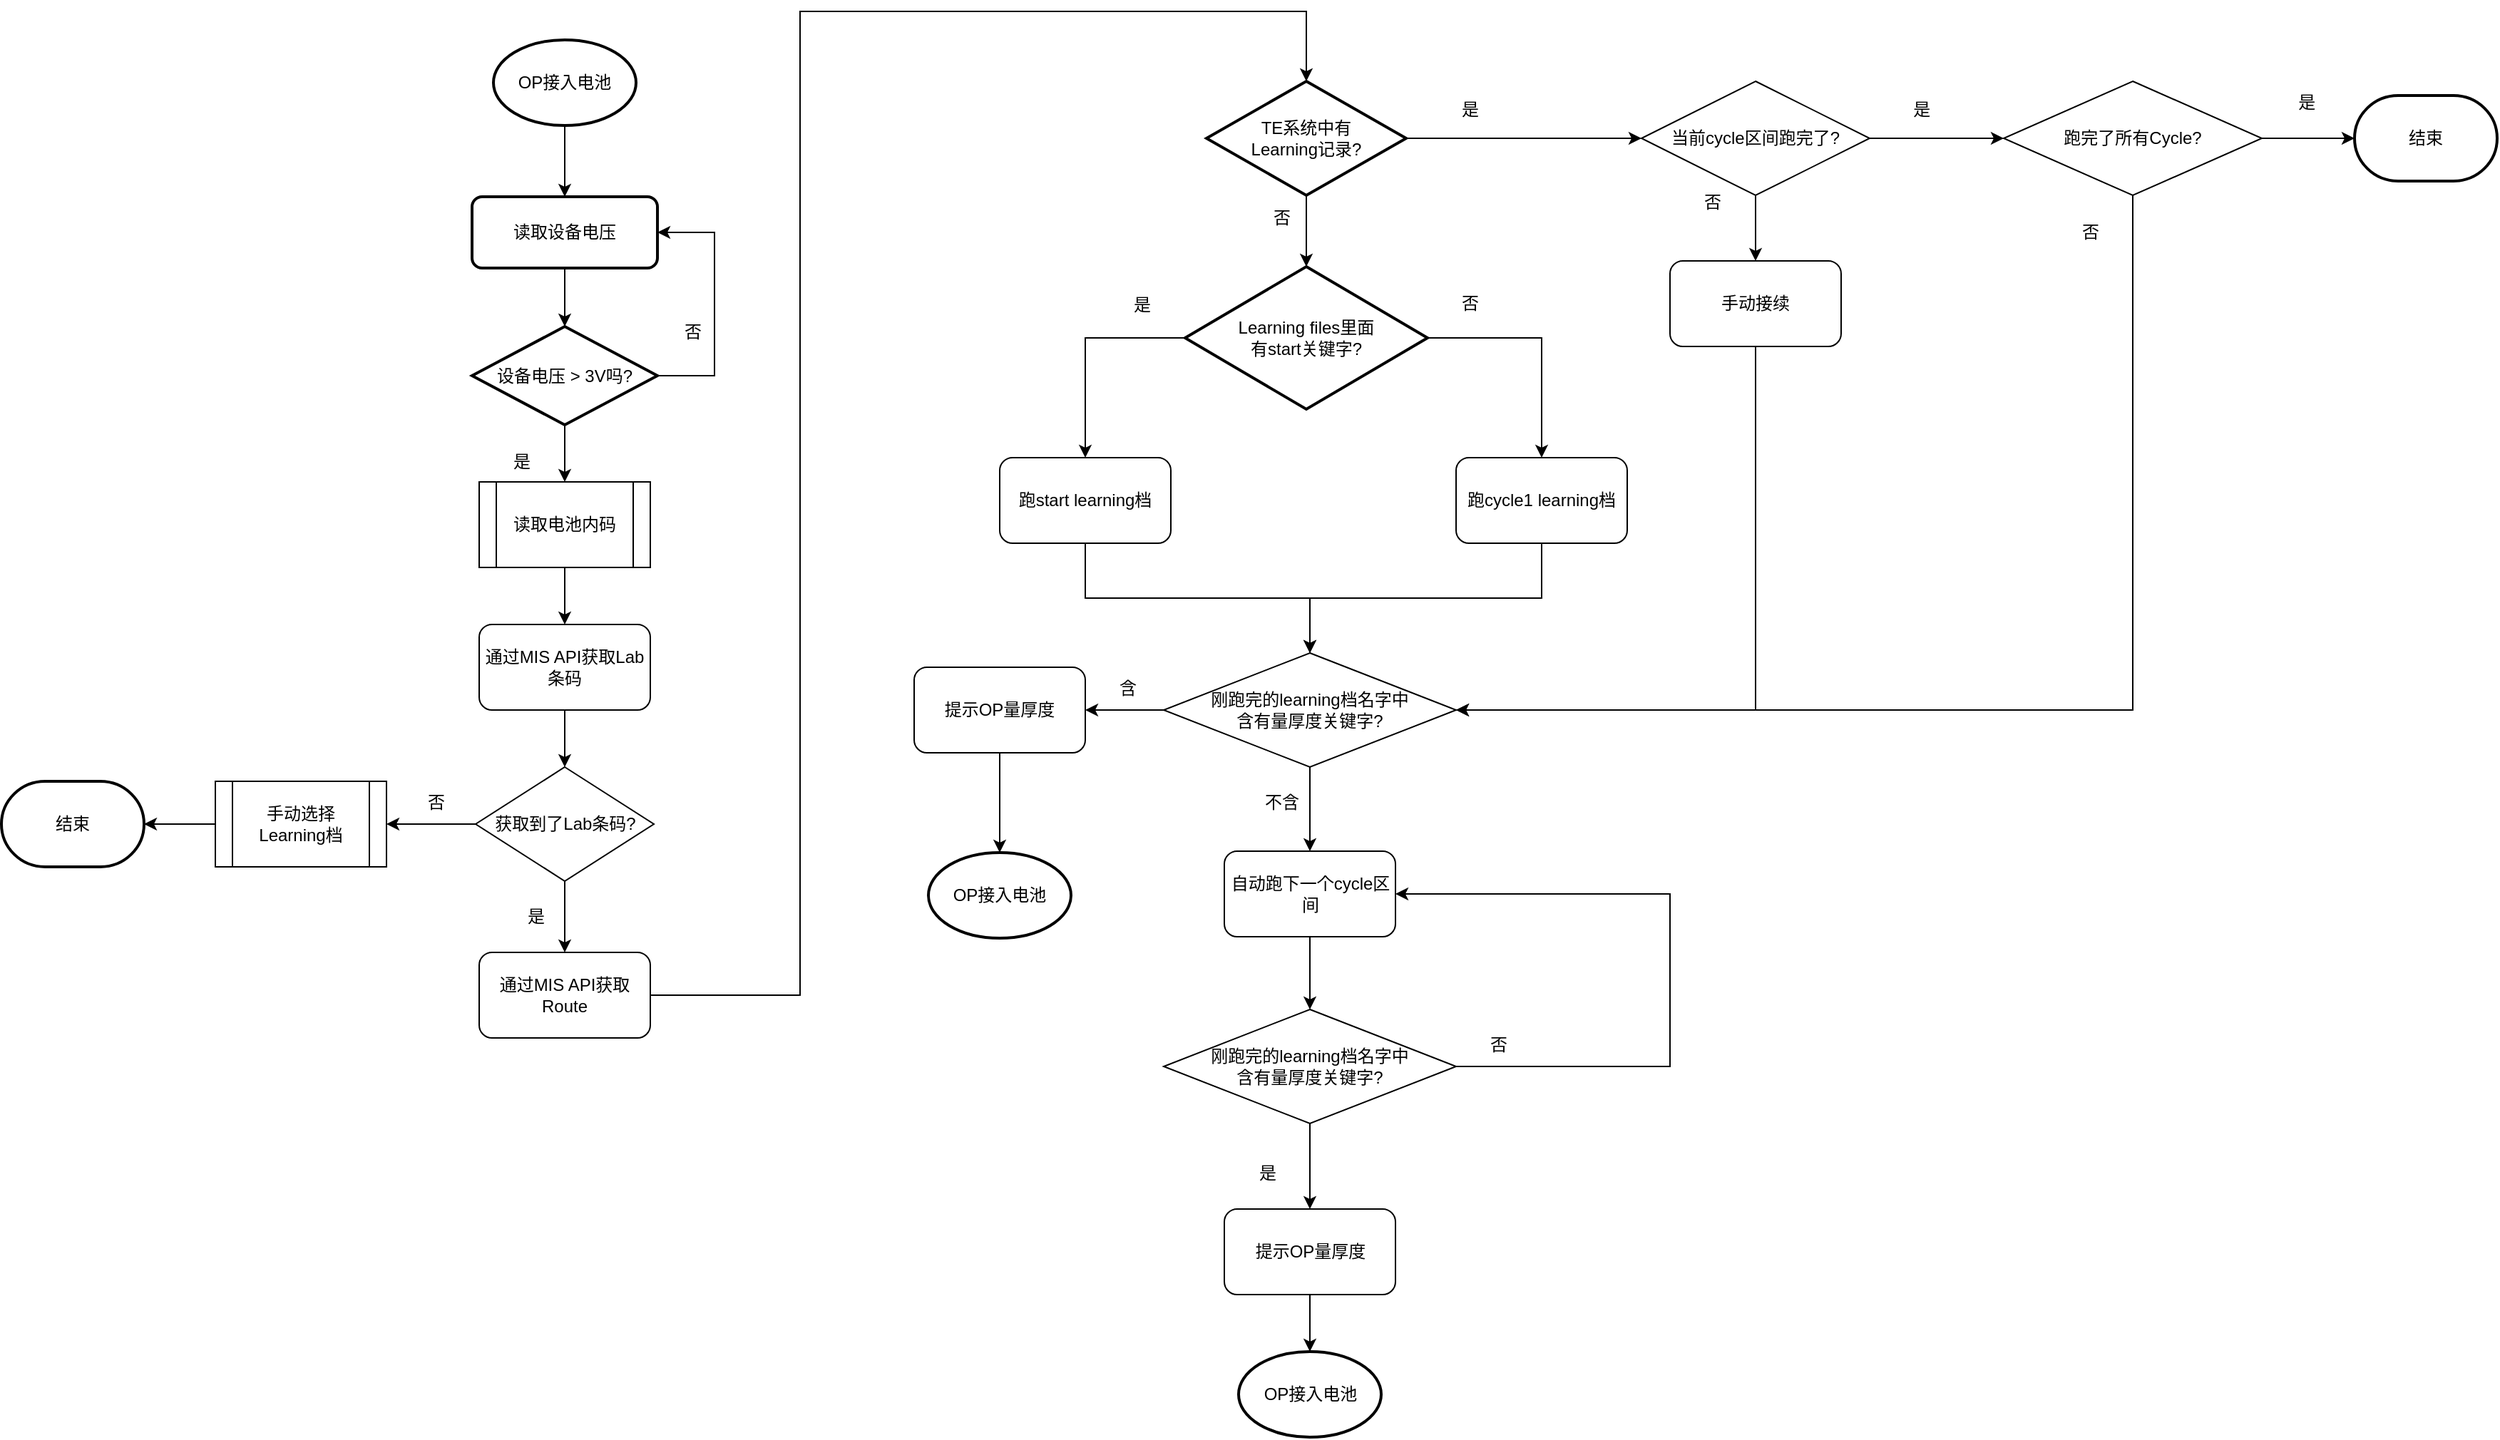
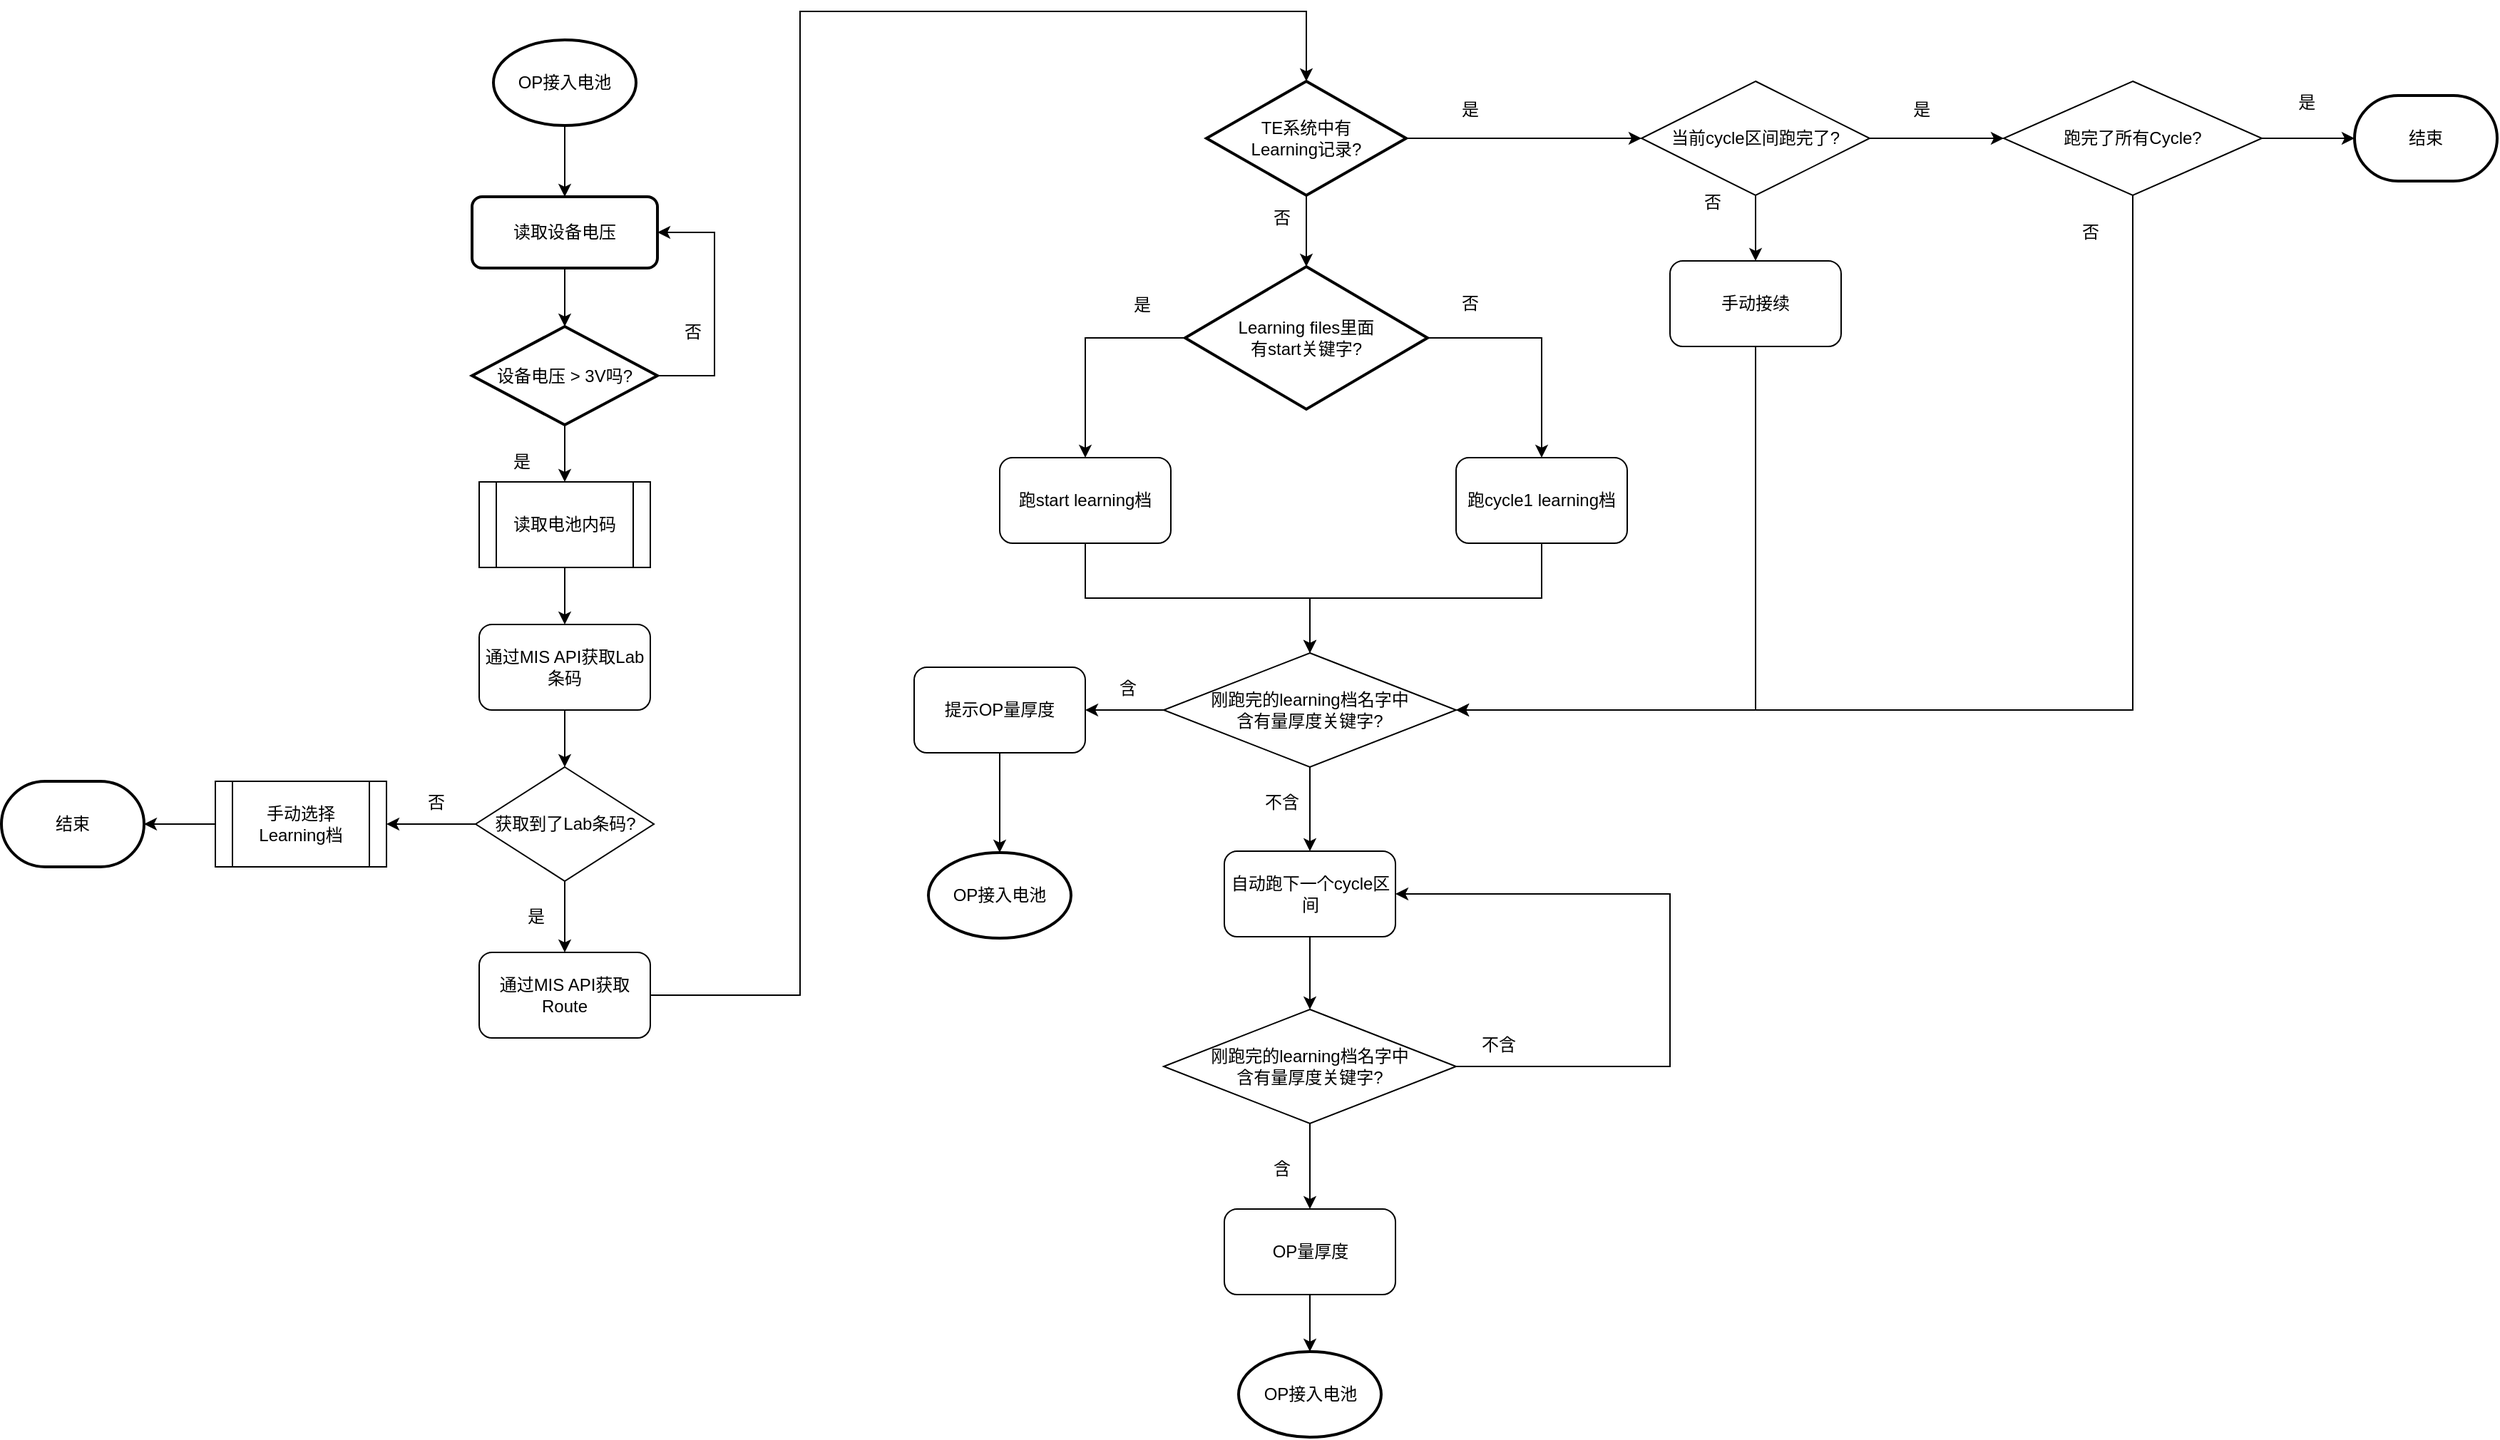
<mxfile host="app.diagrams.net">
  <diagram name="第 1 页" id="3HldnIOuQtLrwHUO-1mN">
    <mxGraphModel dx="1623" dy="813" grid="1" gridSize="10" guides="1" tooltips="1" connect="1" arrows="1" fold="1" page="1" pageScale="1" pageWidth="1169" pageHeight="827" background="#FFFFFF" math="0" shadow="0">
      <root>
        <mxCell id="0" />
        <mxCell id="1" parent="0" />
        <mxCell id="qRa3hty1LtdxE0hFs_0w-8" edge="1" parent="1" source="qRa3hty1LtdxE0hFs_0w-4" style="edgeStyle=orthogonalEdgeStyle;rounded=0;orthogonalLoop=1;jettySize=auto;html=1;" target="qRa3hty1LtdxE0hFs_0w-6" value="">
          <mxGeometry relative="1" as="geometry" />
        </mxCell>
        <mxCell id="qRa3hty1LtdxE0hFs_0w-4" parent="1" style="strokeWidth=2;html=1;shape=mxgraph.flowchart.start_1;whiteSpace=wrap;" value="OP接入电池" vertex="1">
          <mxGeometry height="60" width="100" x="385" y="50" as="geometry" />
        </mxCell>
        <mxCell id="qRa3hty1LtdxE0hFs_0w-9" edge="1" parent="1" source="qRa3hty1LtdxE0hFs_0w-6" style="edgeStyle=orthogonalEdgeStyle;rounded=0;orthogonalLoop=1;jettySize=auto;html=1;" target="qRa3hty1LtdxE0hFs_0w-7" value="">
          <mxGeometry relative="1" as="geometry" />
        </mxCell>
        <mxCell id="qRa3hty1LtdxE0hFs_0w-6" parent="1" style="rounded=1;whiteSpace=wrap;html=1;absoluteArcSize=1;arcSize=14;strokeWidth=2;" value="读取设备电压" vertex="1">
          <mxGeometry height="50" width="130" x="370" y="160" as="geometry" />
        </mxCell>
        <mxCell id="qRa3hty1LtdxE0hFs_0w-14" edge="1" parent="1" source="qRa3hty1LtdxE0hFs_0w-7" style="edgeStyle=orthogonalEdgeStyle;rounded=0;orthogonalLoop=1;jettySize=auto;html=1;" target="qRa3hty1LtdxE0hFs_0w-13" value="">
          <mxGeometry relative="1" as="geometry" />
        </mxCell>
        <mxCell id="qRa3hty1LtdxE0hFs_0w-25" edge="1" parent="1" source="qRa3hty1LtdxE0hFs_0w-7" style="edgeStyle=orthogonalEdgeStyle;rounded=0;orthogonalLoop=1;jettySize=auto;html=1;entryX=1;entryY=0.5;entryDx=0;entryDy=0;" target="qRa3hty1LtdxE0hFs_0w-6">
          <mxGeometry relative="1" as="geometry">
            <Array as="points">
              <mxPoint x="540" y="286" />
              <mxPoint x="540" y="185" />
            </Array>
            <mxPoint x="580" y="180" as="targetPoint" />
          </mxGeometry>
        </mxCell>
        <mxCell id="qRa3hty1LtdxE0hFs_0w-7" parent="1" style="strokeWidth=2;html=1;shape=mxgraph.flowchart.decision;whiteSpace=wrap;" value="设备电压 &amp;gt; 3V吗?" vertex="1">
          <mxGeometry height="69" width="130" x="370" y="251" as="geometry" />
        </mxCell>
        <mxCell id="qRa3hty1LtdxE0hFs_0w-11" parent="1" style="text;html=1;whiteSpace=wrap;strokeColor=none;fillColor=none;align=center;verticalAlign=middle;rounded=0;" value="&lt;div&gt;否&lt;/div&gt;" vertex="1">
          <mxGeometry height="30" width="60" x="495" y="240" as="geometry" />
        </mxCell>
        <mxCell id="qRa3hty1LtdxE0hFs_0w-12" parent="1" style="text;html=1;whiteSpace=wrap;strokeColor=none;fillColor=none;align=center;verticalAlign=middle;rounded=0;" value="&lt;div&gt;是&lt;/div&gt;" vertex="1">
          <mxGeometry height="30" width="60" x="375" y="331" as="geometry" />
        </mxCell>
        <mxCell id="qRa3hty1LtdxE0hFs_0w-16" edge="1" parent="1" source="qRa3hty1LtdxE0hFs_0w-13" style="edgeStyle=orthogonalEdgeStyle;rounded=0;orthogonalLoop=1;jettySize=auto;html=1;" target="qRa3hty1LtdxE0hFs_0w-15" value="">
          <mxGeometry relative="1" as="geometry" />
        </mxCell>
        <mxCell id="qRa3hty1LtdxE0hFs_0w-13" parent="1" style="shape=process;whiteSpace=wrap;html=1;backgroundOutline=1;" value="读取电池内码" vertex="1">
          <mxGeometry height="60" width="120" x="375" y="360" as="geometry" />
        </mxCell>
        <mxCell id="qRa3hty1LtdxE0hFs_0w-20" edge="1" parent="1" source="qRa3hty1LtdxE0hFs_0w-15" style="edgeStyle=orthogonalEdgeStyle;rounded=0;orthogonalLoop=1;jettySize=auto;html=1;" target="qRa3hty1LtdxE0hFs_0w-19" value="">
          <mxGeometry relative="1" as="geometry" />
        </mxCell>
        <mxCell id="qRa3hty1LtdxE0hFs_0w-15" parent="1" style="rounded=1;whiteSpace=wrap;html=1;" value="通过MIS API获取Lab条码" vertex="1">
          <mxGeometry height="60" width="120" x="375" y="460" as="geometry" />
        </mxCell>
        <mxCell id="qRa3hty1LtdxE0hFs_0w-31" edge="1" parent="1" source="qRa3hty1LtdxE0hFs_0w-17" style="edgeStyle=orthogonalEdgeStyle;rounded=0;orthogonalLoop=1;jettySize=auto;html=1;entryX=0.5;entryY=0;entryDx=0;entryDy=0;entryPerimeter=0;" target="qRa3hty1LtdxE0hFs_0w-30" value="">
          <mxGeometry relative="1" as="geometry">
            <Array as="points">
              <mxPoint x="600" y="720" />
              <mxPoint x="600" y="30" />
              <mxPoint x="955" y="30" />
            </Array>
          </mxGeometry>
        </mxCell>
        <mxCell id="qRa3hty1LtdxE0hFs_0w-17" parent="1" style="rounded=1;whiteSpace=wrap;html=1;" value="通过MIS API获取Route" vertex="1">
          <mxGeometry height="60" width="120" x="375" y="690" as="geometry" />
        </mxCell>
        <mxCell id="qRa3hty1LtdxE0hFs_0w-21" edge="1" parent="1" source="qRa3hty1LtdxE0hFs_0w-19" style="edgeStyle=orthogonalEdgeStyle;rounded=0;orthogonalLoop=1;jettySize=auto;html=1;" target="qRa3hty1LtdxE0hFs_0w-17" value="">
          <mxGeometry relative="1" as="geometry" />
        </mxCell>
        <mxCell id="qRa3hty1LtdxE0hFs_0w-27" edge="1" parent="1" source="qRa3hty1LtdxE0hFs_0w-19" style="edgeStyle=orthogonalEdgeStyle;rounded=0;orthogonalLoop=1;jettySize=auto;html=1;" target="qRa3hty1LtdxE0hFs_0w-26" value="">
          <mxGeometry relative="1" as="geometry" />
        </mxCell>
        <mxCell id="qRa3hty1LtdxE0hFs_0w-19" parent="1" style="rhombus;whiteSpace=wrap;html=1;" value="获取到了Lab条码?" vertex="1">
          <mxGeometry height="80" width="125" x="372.5" y="560" as="geometry" />
        </mxCell>
        <mxCell id="qRa3hty1LtdxE0hFs_0w-22" parent="1" style="text;html=1;whiteSpace=wrap;strokeColor=none;fillColor=none;align=center;verticalAlign=middle;rounded=0;" value="是" vertex="1">
          <mxGeometry height="30" width="60" x="385" y="650" as="geometry" />
        </mxCell>
        <mxCell id="qRa3hty1LtdxE0hFs_0w-29" edge="1" parent="1" source="qRa3hty1LtdxE0hFs_0w-26" style="edgeStyle=orthogonalEdgeStyle;rounded=0;orthogonalLoop=1;jettySize=auto;html=1;" target="qRa3hty1LtdxE0hFs_0w-28" value="">
          <mxGeometry relative="1" as="geometry" />
        </mxCell>
        <mxCell id="qRa3hty1LtdxE0hFs_0w-26" parent="1" style="shape=process;whiteSpace=wrap;html=1;backgroundOutline=1;" value="手动选择Learning档" vertex="1">
          <mxGeometry height="60" width="120" x="190" y="570" as="geometry" />
        </mxCell>
        <mxCell id="qRa3hty1LtdxE0hFs_0w-28" parent="1" style="strokeWidth=2;html=1;shape=mxgraph.flowchart.terminator;whiteSpace=wrap;" value="结束" vertex="1">
          <mxGeometry height="60" width="100" x="40" y="570" as="geometry" />
        </mxCell>
        <mxCell id="qRa3hty1LtdxE0hFs_0w-34" edge="1" parent="1" source="qRa3hty1LtdxE0hFs_0w-30" style="edgeStyle=orthogonalEdgeStyle;rounded=0;orthogonalLoop=1;jettySize=auto;html=1;" target="qRa3hty1LtdxE0hFs_0w-33" value="">
          <mxGeometry relative="1" as="geometry" />
        </mxCell>
        <mxCell id="qRa3hty1LtdxE0hFs_0w-38" edge="1" parent="1" source="qRa3hty1LtdxE0hFs_0w-30" style="edgeStyle=orthogonalEdgeStyle;rounded=0;orthogonalLoop=1;jettySize=auto;html=1;" target="qRa3hty1LtdxE0hFs_0w-37" value="">
          <mxGeometry relative="1" as="geometry" />
        </mxCell>
        <mxCell id="qRa3hty1LtdxE0hFs_0w-30" parent="1" style="strokeWidth=2;html=1;shape=mxgraph.flowchart.decision;whiteSpace=wrap;" value="&lt;div&gt;TE系统中有&lt;/div&gt;&lt;div&gt;Learning记录?&lt;/div&gt;" vertex="1">
          <mxGeometry height="80" width="140" x="885" y="79" as="geometry" />
        </mxCell>
        <mxCell id="qRa3hty1LtdxE0hFs_0w-45" edge="1" parent="1" source="qRa3hty1LtdxE0hFs_0w-33" style="edgeStyle=orthogonalEdgeStyle;rounded=0;orthogonalLoop=1;jettySize=auto;html=1;" target="qRa3hty1LtdxE0hFs_0w-44" value="">
          <mxGeometry relative="1" as="geometry" />
        </mxCell>
        <mxCell id="qRa3hty1LtdxE0hFs_0w-67" edge="1" parent="1" source="qRa3hty1LtdxE0hFs_0w-33" style="edgeStyle=orthogonalEdgeStyle;rounded=0;orthogonalLoop=1;jettySize=auto;html=1;entryX=0.5;entryY=0;entryDx=0;entryDy=0;exitX=1;exitY=0.5;exitDx=0;exitDy=0;exitPerimeter=0;" target="qRa3hty1LtdxE0hFs_0w-66">
          <mxGeometry relative="1" as="geometry" />
        </mxCell>
        <mxCell id="qRa3hty1LtdxE0hFs_0w-33" parent="1" style="strokeWidth=2;html=1;shape=mxgraph.flowchart.decision;whiteSpace=wrap;" value="&lt;div&gt;Learning files里面&lt;/div&gt;&lt;div&gt;有start关键字?&lt;/div&gt;" vertex="1">
          <mxGeometry height="100" width="170" x="870" y="209" as="geometry" />
        </mxCell>
        <mxCell id="qRa3hty1LtdxE0hFs_0w-35" parent="1" style="text;html=1;whiteSpace=wrap;strokeColor=none;fillColor=none;align=center;verticalAlign=middle;rounded=0;" value="否" vertex="1">
          <mxGeometry height="30" width="60" x="907.5" y="160" as="geometry" />
        </mxCell>
        <mxCell id="qRa3hty1LtdxE0hFs_0w-36" parent="1" style="text;html=1;whiteSpace=wrap;strokeColor=none;fillColor=none;align=center;verticalAlign=middle;rounded=0;" value="是" vertex="1">
          <mxGeometry height="30" width="60" x="1040" y="84" as="geometry" />
        </mxCell>
        <mxCell id="qRa3hty1LtdxE0hFs_0w-40" edge="1" parent="1" source="qRa3hty1LtdxE0hFs_0w-37" style="edgeStyle=orthogonalEdgeStyle;rounded=0;orthogonalLoop=1;jettySize=auto;html=1;" target="qRa3hty1LtdxE0hFs_0w-39" value="">
          <mxGeometry relative="1" as="geometry" />
        </mxCell>
        <mxCell id="qRa3hty1LtdxE0hFs_0w-65" edge="1" parent="1" source="qRa3hty1LtdxE0hFs_0w-37" style="edgeStyle=orthogonalEdgeStyle;rounded=0;orthogonalLoop=1;jettySize=auto;html=1;" target="qRa3hty1LtdxE0hFs_0w-59" value="">
          <mxGeometry relative="1" as="geometry" />
        </mxCell>
        <mxCell id="qRa3hty1LtdxE0hFs_0w-37" parent="1" style="rhombus;whiteSpace=wrap;html=1;" value="当前cycle区间跑完了?" vertex="1">
          <mxGeometry height="80" width="160" x="1190" y="79" as="geometry" />
        </mxCell>
        <mxCell id="qRa3hty1LtdxE0hFs_0w-74" edge="1" parent="1" source="qRa3hty1LtdxE0hFs_0w-39" style="edgeStyle=orthogonalEdgeStyle;rounded=0;orthogonalLoop=1;jettySize=auto;html=1;entryX=1;entryY=0.5;entryDx=0;entryDy=0;exitX=0.5;exitY=1;exitDx=0;exitDy=0;" target="qRa3hty1LtdxE0hFs_0w-49">
          <mxGeometry relative="1" as="geometry">
            <Array as="points">
              <mxPoint x="1270" y="520" />
            </Array>
            <mxPoint x="1270" y="260" as="sourcePoint" />
          </mxGeometry>
        </mxCell>
        <mxCell id="qRa3hty1LtdxE0hFs_0w-39" parent="1" style="rounded=1;whiteSpace=wrap;html=1;" value="手动接续" vertex="1">
          <mxGeometry height="60" width="120" x="1210" y="205" as="geometry" />
        </mxCell>
        <mxCell id="qRa3hty1LtdxE0hFs_0w-41" parent="1" style="text;html=1;whiteSpace=wrap;strokeColor=none;fillColor=none;align=center;verticalAlign=middle;rounded=0;" value="否" vertex="1">
          <mxGeometry height="30" width="60" x="1210" y="149" as="geometry" />
        </mxCell>
        <mxCell id="qRa3hty1LtdxE0hFs_0w-71" edge="1" parent="1" source="qRa3hty1LtdxE0hFs_0w-44" style="edgeStyle=orthogonalEdgeStyle;rounded=0;orthogonalLoop=1;jettySize=auto;html=1;entryX=0.5;entryY=0;entryDx=0;entryDy=0;" target="qRa3hty1LtdxE0hFs_0w-49">
          <mxGeometry relative="1" as="geometry" />
        </mxCell>
        <mxCell id="qRa3hty1LtdxE0hFs_0w-44" parent="1" style="rounded=1;whiteSpace=wrap;html=1;" value="跑start learning档" vertex="1">
          <mxGeometry height="60" width="120" x="740" y="343" as="geometry" />
        </mxCell>
        <mxCell id="qRa3hty1LtdxE0hFs_0w-46" parent="1" style="text;html=1;whiteSpace=wrap;strokeColor=none;fillColor=none;align=center;verticalAlign=middle;rounded=0;" value="是" vertex="1">
          <mxGeometry height="30" width="60" x="810" y="221" as="geometry" />
        </mxCell>
        <mxCell id="qRa3hty1LtdxE0hFs_0w-52" edge="1" parent="1" source="qRa3hty1LtdxE0hFs_0w-49" style="edgeStyle=orthogonalEdgeStyle;rounded=0;orthogonalLoop=1;jettySize=auto;html=1;" target="qRa3hty1LtdxE0hFs_0w-51" value="">
          <mxGeometry relative="1" as="geometry" />
        </mxCell>
        <mxCell id="qRa3hty1LtdxE0hFs_0w-56" edge="1" parent="1" source="qRa3hty1LtdxE0hFs_0w-49" style="edgeStyle=orthogonalEdgeStyle;rounded=0;orthogonalLoop=1;jettySize=auto;html=1;" target="qRa3hty1LtdxE0hFs_0w-55" value="">
          <mxGeometry relative="1" as="geometry" />
        </mxCell>
        <mxCell id="qRa3hty1LtdxE0hFs_0w-49" parent="1" style="rhombus;whiteSpace=wrap;html=1;" value="&lt;div&gt;刚跑完的learning档名字中&lt;/div&gt;&lt;div&gt;含有量厚度关键字?&lt;/div&gt;" vertex="1">
          <mxGeometry height="80" width="205" x="855" y="480" as="geometry" />
        </mxCell>
        <mxCell id="qRa3hty1LtdxE0hFs_0w-102" edge="1" parent="1" source="qRa3hty1LtdxE0hFs_0w-51" style="edgeStyle=orthogonalEdgeStyle;rounded=0;orthogonalLoop=1;jettySize=auto;html=1;" target="qRa3hty1LtdxE0hFs_0w-101" value="">
          <mxGeometry relative="1" as="geometry" />
        </mxCell>
        <mxCell id="qRa3hty1LtdxE0hFs_0w-51" parent="1" style="rounded=1;whiteSpace=wrap;html=1;" value="提示OP量厚度" vertex="1">
          <mxGeometry height="60" width="120" x="680" y="490" as="geometry" />
        </mxCell>
        <mxCell id="qRa3hty1LtdxE0hFs_0w-53" parent="1" style="text;html=1;whiteSpace=wrap;strokeColor=none;fillColor=none;align=center;verticalAlign=middle;rounded=0;" value="&lt;div&gt;含&lt;/div&gt;" vertex="1">
          <mxGeometry height="30" width="60" x="800" y="490" as="geometry" />
        </mxCell>
        <mxCell id="qRa3hty1LtdxE0hFs_0w-105" edge="1" parent="1" source="qRa3hty1LtdxE0hFs_0w-55" style="edgeStyle=orthogonalEdgeStyle;rounded=0;orthogonalLoop=1;jettySize=auto;html=1;" target="qRa3hty1LtdxE0hFs_0w-88" value="">
          <mxGeometry relative="1" as="geometry" />
        </mxCell>
        <mxCell id="qRa3hty1LtdxE0hFs_0w-55" parent="1" style="rounded=1;whiteSpace=wrap;html=1;" value="自动跑下一个cycle区间" vertex="1">
          <mxGeometry height="60" width="120" x="897.5" y="619" as="geometry" />
        </mxCell>
        <mxCell id="qRa3hty1LtdxE0hFs_0w-57" parent="1" style="text;html=1;whiteSpace=wrap;strokeColor=none;fillColor=none;align=center;verticalAlign=middle;rounded=0;" value="否" vertex="1">
          <mxGeometry height="30" width="60" x="315" y="570" as="geometry" />
        </mxCell>
        <mxCell id="qRa3hty1LtdxE0hFs_0w-58" parent="1" style="text;html=1;whiteSpace=wrap;strokeColor=none;fillColor=none;align=center;verticalAlign=middle;rounded=0;" value="&amp;nbsp;是" vertex="1">
          <mxGeometry height="30" width="60" x="1355" y="84" as="geometry" />
        </mxCell>
        <mxCell id="qRa3hty1LtdxE0hFs_0w-64" edge="1" parent="1" source="qRa3hty1LtdxE0hFs_0w-59" style="edgeStyle=orthogonalEdgeStyle;rounded=0;orthogonalLoop=1;jettySize=auto;html=1;" target="qRa3hty1LtdxE0hFs_0w-63" value="">
          <mxGeometry relative="1" as="geometry" />
        </mxCell>
        <mxCell id="qRa3hty1LtdxE0hFs_0w-76" edge="1" parent="1" source="qRa3hty1LtdxE0hFs_0w-59" style="edgeStyle=orthogonalEdgeStyle;rounded=0;orthogonalLoop=1;jettySize=auto;html=1;entryX=1;entryY=0.5;entryDx=0;entryDy=0;" target="qRa3hty1LtdxE0hFs_0w-49">
          <mxGeometry relative="1" as="geometry">
            <Array as="points">
              <mxPoint x="1535" y="520" />
            </Array>
          </mxGeometry>
        </mxCell>
        <mxCell id="qRa3hty1LtdxE0hFs_0w-59" parent="1" style="rhombus;whiteSpace=wrap;html=1;" value="跑完了所有Cycle?" vertex="1">
          <mxGeometry height="80" width="181" x="1444" y="79" as="geometry" />
        </mxCell>
        <mxCell id="qRa3hty1LtdxE0hFs_0w-60" parent="1" style="text;html=1;whiteSpace=wrap;strokeColor=none;fillColor=none;align=center;verticalAlign=middle;rounded=0;" value="否" vertex="1">
          <mxGeometry height="30" width="60" x="1475" y="170" as="geometry" />
        </mxCell>
        <mxCell id="qRa3hty1LtdxE0hFs_0w-62" parent="1" style="text;html=1;whiteSpace=wrap;strokeColor=none;fillColor=none;align=center;verticalAlign=middle;rounded=0;" value="&amp;nbsp;是" vertex="1">
          <mxGeometry height="30" width="60" x="1625" y="79" as="geometry" />
        </mxCell>
        <mxCell id="qRa3hty1LtdxE0hFs_0w-63" parent="1" style="strokeWidth=2;html=1;shape=mxgraph.flowchart.terminator;whiteSpace=wrap;" value="结束" vertex="1">
          <mxGeometry height="60" width="100" x="1690" y="89" as="geometry" />
        </mxCell>
        <mxCell id="qRa3hty1LtdxE0hFs_0w-73" edge="1" parent="1" source="qRa3hty1LtdxE0hFs_0w-66" style="edgeStyle=orthogonalEdgeStyle;rounded=0;orthogonalLoop=1;jettySize=auto;html=1;entryX=0.5;entryY=0;entryDx=0;entryDy=0;" target="qRa3hty1LtdxE0hFs_0w-49">
          <mxGeometry relative="1" as="geometry" />
        </mxCell>
        <mxCell id="qRa3hty1LtdxE0hFs_0w-66" parent="1" style="rounded=1;whiteSpace=wrap;html=1;" value="跑cycle1 learning档" vertex="1">
          <mxGeometry height="60" width="120" x="1060" y="343" as="geometry" />
        </mxCell>
        <mxCell id="qRa3hty1LtdxE0hFs_0w-68" parent="1" style="text;html=1;whiteSpace=wrap;strokeColor=none;fillColor=none;align=center;verticalAlign=middle;rounded=0;" value="否" vertex="1">
          <mxGeometry height="30" width="60" x="1040" y="220" as="geometry" />
        </mxCell>
        <mxCell id="qRa3hty1LtdxE0hFs_0w-75" parent="1" style="text;html=1;whiteSpace=wrap;strokeColor=none;fillColor=none;align=center;verticalAlign=middle;rounded=0;" value="不含" vertex="1">
          <mxGeometry height="30" width="60" x="907.5" y="570" as="geometry" />
        </mxCell>
        <mxCell id="qRa3hty1LtdxE0hFs_0w-92" edge="1" parent="1" source="qRa3hty1LtdxE0hFs_0w-88" style="edgeStyle=orthogonalEdgeStyle;rounded=0;orthogonalLoop=1;jettySize=auto;html=1;" target="qRa3hty1LtdxE0hFs_0w-91" value="">
          <mxGeometry relative="1" as="geometry" />
        </mxCell>
        <mxCell id="qRa3hty1LtdxE0hFs_0w-94" edge="1" parent="1" source="qRa3hty1LtdxE0hFs_0w-88" style="edgeStyle=orthogonalEdgeStyle;rounded=0;orthogonalLoop=1;jettySize=auto;html=1;entryX=1;entryY=0.5;entryDx=0;entryDy=0;" target="qRa3hty1LtdxE0hFs_0w-55">
          <mxGeometry relative="1" as="geometry">
            <Array as="points">
              <mxPoint x="1210" y="649" />
            </Array>
          </mxGeometry>
        </mxCell>
        <mxCell id="qRa3hty1LtdxE0hFs_0w-88" parent="1" style="rhombus;whiteSpace=wrap;html=1;" value="&lt;div&gt;刚跑完的learning档名字中&lt;/div&gt;&lt;div&gt;含有量厚度关键字?&lt;/div&gt;" vertex="1">
          <mxGeometry height="80" width="205" x="855" y="730" as="geometry" />
        </mxCell>
        <mxCell id="qRa3hty1LtdxE0hFs_0w-104" edge="1" parent="1" source="qRa3hty1LtdxE0hFs_0w-91" style="edgeStyle=orthogonalEdgeStyle;rounded=0;orthogonalLoop=1;jettySize=auto;html=1;" target="qRa3hty1LtdxE0hFs_0w-103" value="">
          <mxGeometry relative="1" as="geometry" />
        </mxCell>
-         <mxCell id="qRa3hty1LtdxE0hFs_0w-91" parent="1" style="rounded=1;whiteSpace=wrap;html=1;" value="提示OP量厚度" vertex="1">
+         <mxCell id="qRa3hty1LtdxE0hFs_0w-91" parent="1" style="rounded=1;whiteSpace=wrap;html=1;" value="OP量厚度" vertex="1">
          <mxGeometry height="60" width="120" x="897.5" y="870" as="geometry" />
        </mxCell>
-         <mxCell id="qRa3hty1LtdxE0hFs_0w-93" parent="1" style="text;html=1;whiteSpace=wrap;strokeColor=none;fillColor=none;align=center;verticalAlign=middle;rounded=0;" value="是" vertex="1">
-           <mxGeometry height="30" width="60" x="897.5" y="830" as="geometry" />
-         </mxCell>
-         <mxCell id="qRa3hty1LtdxE0hFs_0w-95" parent="1" style="text;html=1;whiteSpace=wrap;strokeColor=none;fillColor=none;align=center;verticalAlign=middle;rounded=0;" value="否" vertex="1">
+         <mxCell id="qRa3hty1LtdxE0hFs_0w-93" parent="1" style="text;html=1;whiteSpace=wrap;strokeColor=none;fillColor=none;align=center;verticalAlign=middle;rounded=0;" value="含" vertex="1">
+           <mxGeometry height="30" width="60" x="907.5" y="827" as="geometry" />
+         </mxCell>
+         <mxCell id="qRa3hty1LtdxE0hFs_0w-95" parent="1" style="text;html=1;whiteSpace=wrap;strokeColor=none;fillColor=none;align=center;verticalAlign=middle;rounded=0;" value="不含" vertex="1">
          <mxGeometry height="30" width="60" x="1060" y="740" as="geometry" />
        </mxCell>
        <mxCell id="qRa3hty1LtdxE0hFs_0w-101" parent="1" style="strokeWidth=2;html=1;shape=mxgraph.flowchart.start_1;whiteSpace=wrap;" value="OP接入电池" vertex="1">
          <mxGeometry height="60" width="100" x="690" y="620" as="geometry" />
        </mxCell>
        <mxCell id="qRa3hty1LtdxE0hFs_0w-103" parent="1" style="strokeWidth=2;html=1;shape=mxgraph.flowchart.start_1;whiteSpace=wrap;" value="OP接入电池" vertex="1">
          <mxGeometry height="60" width="100" x="907.5" y="970" as="geometry" />
        </mxCell>
      </root>
    </mxGraphModel>
  </diagram>
</mxfile>
